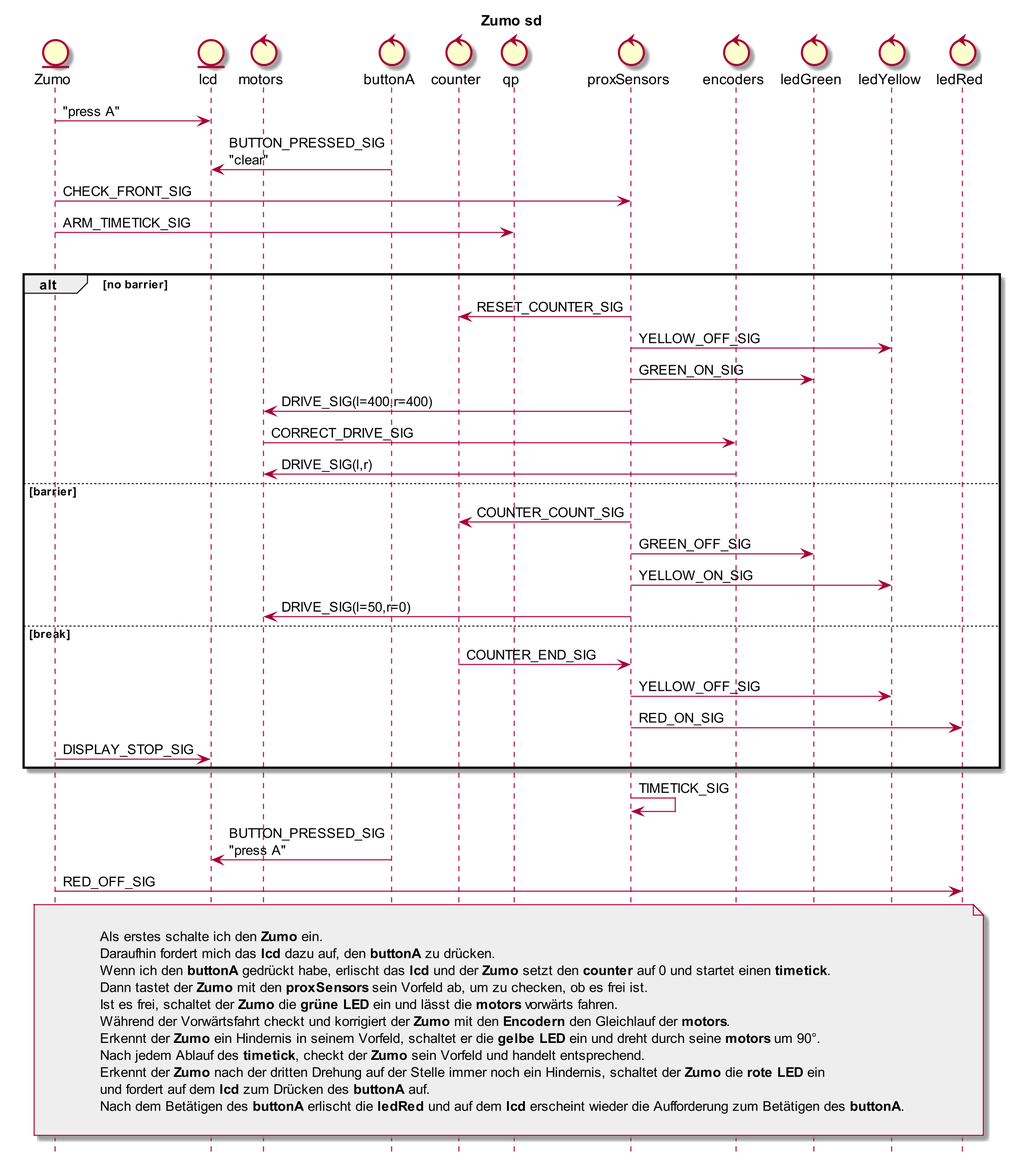
Earlier version of the PlantUML export Zumo/Zumo_SD.png (orje/Zumo_QM_QPnano).
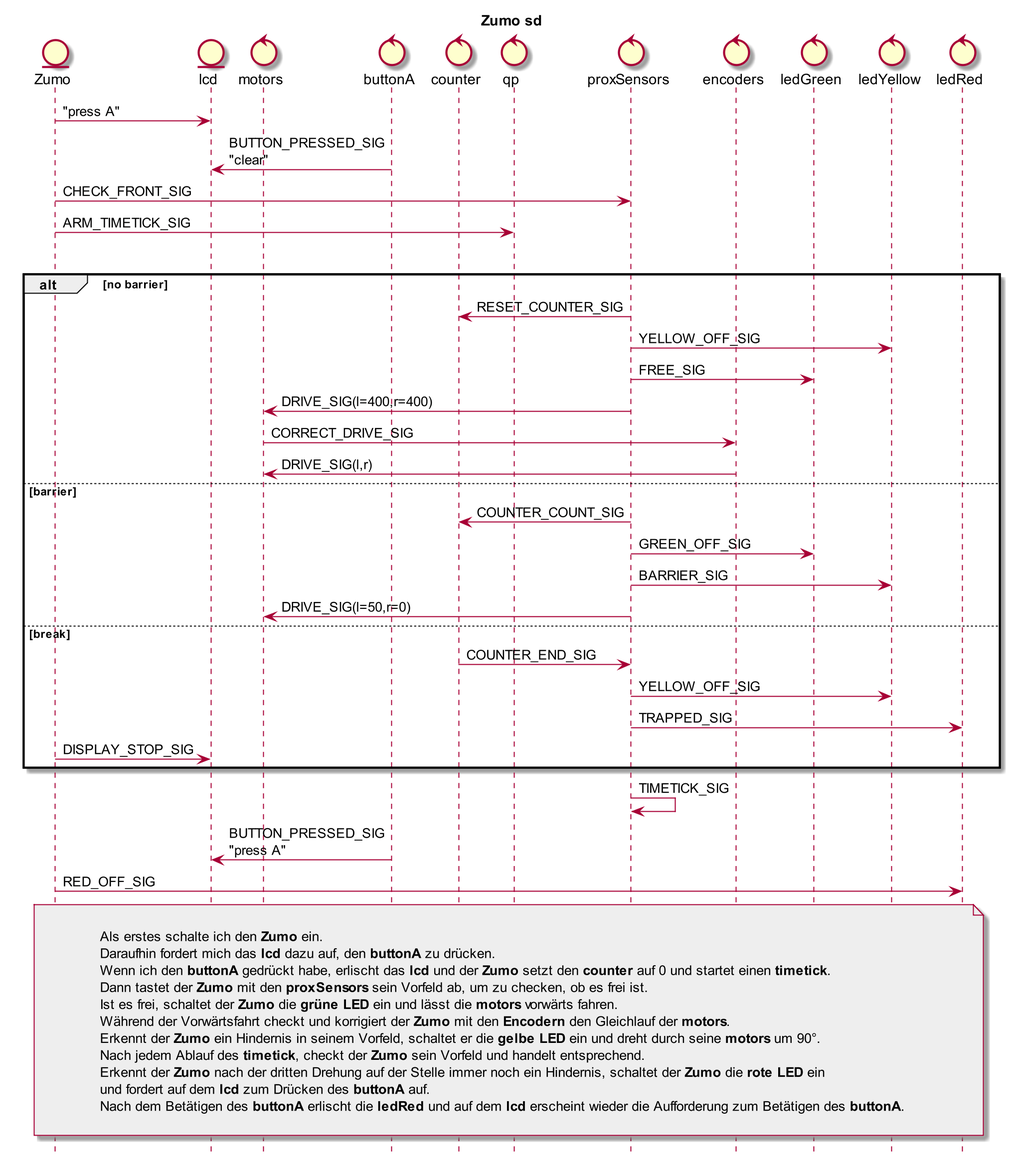
The same diagram one commit later.

What changed in the source:
```diff
@@ -30,7 +30,7 @@
 alt no barrier
 proxSensors -> counter : RESET_COUNTER_SIG
 proxSensors -> ledYellow : YELLOW_OFF_SIG
-proxSensors -> ledGreen : GREEN_ON_SIG
+proxSensors -> ledGreen : FREE_SIG
 proxSensors -> motors : DRIVE_SIG(l=400,r=400)
 
 motors -> encoders : CORRECT_DRIVE_SIG
@@ -39,13 +39,13 @@
 else barrier
 proxSensors -> counter : COUNTER_COUNT_SIG
 proxSensors -> ledGreen : GREEN_OFF_SIG
-proxSensors -> ledYellow : YELLOW_ON_SIG
+proxSensors -> ledYellow : BARRIER_SIG
 proxSensors -> motors : DRIVE_SIG(l=50,r=0)
 
 else break
 counter -> proxSensors : COUNTER_END_SIG
 proxSensors -> ledYellow : YELLOW_OFF_SIG
-proxSensors -> ledRed : RED_ON_SIG
+proxSensors -> ledRed : TRAPPED_SIG
 
 Zumo -> lcd : DISPLAY_STOP_SIG
 
```
